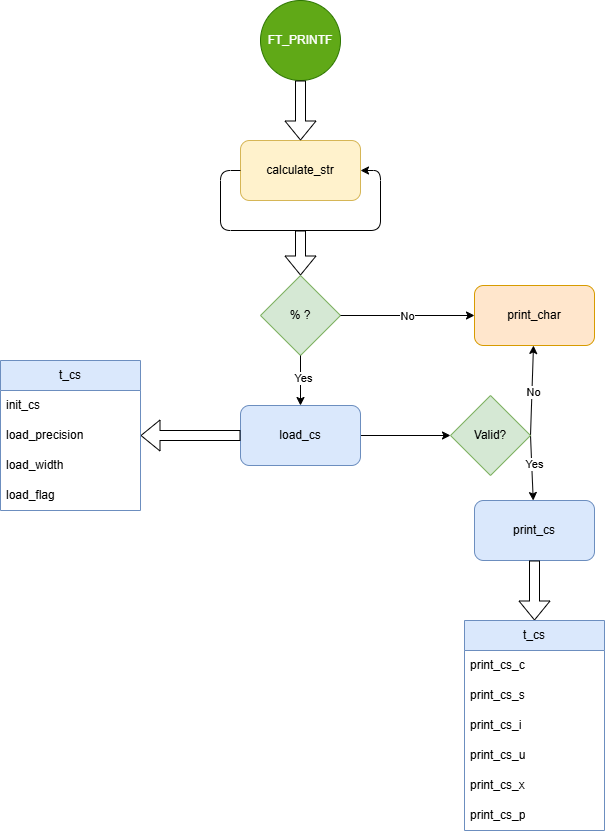
Before: project_scheme.png, a diagram exported from draw.io (cesc1/42_ft_printf). Source tidied: cells renumbered, new cells last; positions are measured from the earlier drawing's top-left corner, leaving out a move shared by most shapes. Its diagram source:
```xml
<mxGraphModel>
  <root>
    <mxCell id="0" />
    <mxCell id="1" parent="0" />
    <mxCell id="2" value="FT_PRINTF" style="ellipse;whiteSpace=wrap;html=1;fillColor=#60a917;fontColor=#ffffff;strokeColor=#2D7600;" parent="1" vertex="1">
      <mxGeometry x="260" width="80" height="80" as="geometry" />
    </mxCell>
    <mxCell id="3" value="calculate_str" style="rounded=1;whiteSpace=wrap;html=1;fillColor=#fff2cc;strokeColor=#d6b656;" parent="1" vertex="1">
      <mxGeometry x="240" y="140" width="120" height="60" as="geometry" />
    </mxCell>
    <mxCell id="4" style="edgeStyle=orthogonalEdgeStyle;rounded=1;orthogonalLoop=1;jettySize=auto;html=1;exitX=0;exitY=0.5;exitDx=0;exitDy=0;entryX=1;entryY=0.5;entryDx=0;entryDy=0;curved=0;" parent="1" edge="1" source="3" target="3">
      <mxGeometry relative="1" as="geometry">
        <Array as="points">
          <mxPoint x="220" y="170" />
          <mxPoint x="220" y="230" />
          <mxPoint x="380" y="230" />
          <mxPoint x="380" y="170" />
        </Array>
      </mxGeometry>
    </mxCell>
    <mxCell id="5" value="% ?" style="rhombus;whiteSpace=wrap;html=1;fillColor=#d5e8d4;strokeColor=#82b366;" parent="1" vertex="1">
      <mxGeometry x="260" y="275" width="80" height="80" as="geometry" />
    </mxCell>
    <mxCell id="6" style="endArrow=classic;html=1;rounded=0;exitX=0.5;exitY=1;exitDx=0;exitDy=0;" parent="1" edge="1" source="5" target="9">
      <mxGeometry relative="1" as="geometry" />
    </mxCell>
    <mxCell id="7" value="Yes" style="edgeLabel;html=1;align=center;verticalAlign=middle;" parent="6" vertex="1">
      <mxGeometry x="-0.12" y="2" relative="1" as="geometry" />
    </mxCell>
    <mxCell id="8" style="edgeStyle=orthogonalEdgeStyle;rounded=0;jettySize=auto;html=1;" parent="1" edge="1" source="9" target="19">
      <mxGeometry relative="1" as="geometry" />
    </mxCell>
    <mxCell id="9" value="load_cs" style="rounded=1;whiteSpace=wrap;html=1;fillColor=#dae8fc;strokeColor=#6c8ebf;" parent="1" vertex="1">
      <mxGeometry x="240" y="405" width="120" height="60" as="geometry" />
    </mxCell>
    <mxCell id="10" style="endArrow=classic;html=1;rounded=0;exitX=1;exitY=0.5;exitDx=0;exitDy=0;" parent="1" edge="1" source="5" target="12">
      <mxGeometry relative="1" as="geometry" />
    </mxCell>
    <mxCell id="11" value="No" style="edgeLabel;html=1;align=center;verticalAlign=middle;" parent="10" vertex="1">
      <mxGeometry x="-0.03" relative="1" as="geometry">
        <mxPoint x="1" as="offset" />
      </mxGeometry>
    </mxCell>
    <mxCell id="12" value="print_char" style="rounded=1;whiteSpace=wrap;html=1;fillColor=#ffe6cc;strokeColor=#d79b00;" parent="1" vertex="1">
      <mxGeometry x="474" y="285" width="120" height="60" as="geometry" />
    </mxCell>
    <mxCell id="13" style="endArrow=classic;html=1;rounded=0;exitX=1;exitY=0.5;exitDx=0;exitDy=0;" parent="1" edge="1" source="19" target="12">
      <mxGeometry relative="1" as="geometry" />
    </mxCell>
    <mxCell id="14" value="No" style="edgeLabel;html=1;align=center;verticalAlign=middle;" parent="13" vertex="1">
      <mxGeometry x="-0.03" relative="1" as="geometry">
        <mxPoint x="1" as="offset" />
      </mxGeometry>
    </mxCell>
    <mxCell id="15" style="endArrow=classic;html=1;rounded=0;exitX=1;exitY=0.5;exitDx=0;exitDy=0;" parent="1" edge="1" source="19" target="20">
      <mxGeometry relative="1" as="geometry" />
    </mxCell>
    <mxCell id="16" value="Yes" style="edgeLabel;html=1;align=center;verticalAlign=middle;" parent="15" vertex="1">
      <mxGeometry x="-0.12" y="2" relative="1" as="geometry" />
    </mxCell>
    <mxCell id="17" style="shape=flexArrow;endArrow=classic;html=1;rounded=0;entryX=0.5;entryY=0;entryDx=0;entryDy=0;" parent="1" edge="1" target="5">
      <mxGeometry relative="1" as="geometry">
        <mxPoint x="300" y="230" as="sourcePoint" />
      </mxGeometry>
    </mxCell>
    <mxCell id="18" style="shape=flexArrow;endArrow=classic;html=1;rounded=0;" parent="1" edge="1" source="2" target="3">
      <mxGeometry relative="1" as="geometry" />
    </mxCell>
    <mxCell id="19" value="Valid?" style="rhombus;whiteSpace=wrap;html=1;fillColor=#d5e8d4;strokeColor=#82b366;" parent="1" vertex="1">
      <mxGeometry x="450" y="395" width="80" height="80" as="geometry" />
    </mxCell>
    <mxCell id="20" value="print_cs" style="rounded=1;whiteSpace=wrap;html=1;fillColor=#dae8fc;strokeColor=#6c8ebf;" parent="1" vertex="1">
      <mxGeometry x="474" y="500" width="120" height="60" as="geometry" />
    </mxCell>
    <mxCell id="21" style="shape=flexArrow;endArrow=classic;html=1;rounded=0;" parent="1" edge="1" source="9" target="22">
      <mxGeometry relative="1" as="geometry" />
    </mxCell>
    <mxCell id="22" value="t_cs" style="swimlane;fontStyle=0;horizontal=1;startSize=30;whiteSpace=wrap;html=1;fillColor=#dae8fc;strokeColor=#6c8ebf;" parent="1" vertex="1">
      <mxGeometry y="360" width="140" height="150" as="geometry" />
    </mxCell>
    <mxCell id="23" value="init_cs" style="text;strokeColor=none;fillColor=none;align=left;verticalAlign=middle;spacingLeft=4;spacingRight=4;overflow=hidden;whiteSpace=wrap;html=1;" parent="22" vertex="1">
      <mxGeometry y="30" width="140" height="30" as="geometry" />
    </mxCell>
    <mxCell id="24" value="load_precision" style="text;strokeColor=none;fillColor=none;align=left;verticalAlign=middle;spacingLeft=4;spacingRight=4;overflow=hidden;whiteSpace=wrap;html=1;" parent="22" vertex="1">
      <mxGeometry y="60" width="140" height="30" as="geometry" />
    </mxCell>
    <mxCell id="25" value="load_width" style="text;strokeColor=none;fillColor=none;align=left;verticalAlign=middle;spacingLeft=4;spacingRight=4;overflow=hidden;whiteSpace=wrap;html=1;" parent="22" vertex="1">
      <mxGeometry y="90" width="140" height="30" as="geometry" />
    </mxCell>
    <mxCell id="26" value="load_flag" style="text;strokeColor=none;fillColor=none;align=left;verticalAlign=middle;spacingLeft=4;spacingRight=4;overflow=hidden;whiteSpace=wrap;html=1;" parent="22" vertex="1">
      <mxGeometry y="120" width="140" height="30" as="geometry" />
    </mxCell>
    <mxCell id="27" style="shape=flexArrow;endArrow=classic;html=1;rounded=0;" parent="1" edge="1" source="20" target="28">
      <mxGeometry relative="1" as="geometry" />
    </mxCell>
    <mxCell id="28" value="t_cs" style="swimlane;fontStyle=0;horizontal=1;startSize=30;whiteSpace=wrap;html=1;fillColor=#dae8fc;strokeColor=#6c8ebf;" parent="1" vertex="1">
      <mxGeometry x="464" y="620" width="140" height="210" as="geometry" />
    </mxCell>
    <mxCell id="29" value="print_cs_c" style="text;strokeColor=none;fillColor=none;align=left;verticalAlign=middle;spacingLeft=4;spacingRight=4;overflow=hidden;whiteSpace=wrap;html=1;" parent="28" vertex="1">
      <mxGeometry y="30" width="140" height="30" as="geometry" />
    </mxCell>
    <mxCell id="30" value="print_cs_s" style="text;strokeColor=none;fillColor=none;align=left;verticalAlign=middle;spacingLeft=4;spacingRight=4;overflow=hidden;whiteSpace=wrap;html=1;" parent="28" vertex="1">
      <mxGeometry y="60" width="140" height="30" as="geometry" />
    </mxCell>
    <mxCell id="31" value="print_cs_i" style="text;strokeColor=none;fillColor=none;align=left;verticalAlign=middle;spacingLeft=4;spacingRight=4;overflow=hidden;whiteSpace=wrap;html=1;" parent="28" vertex="1">
      <mxGeometry y="90" width="140" height="30" as="geometry" />
    </mxCell>
    <mxCell id="32" value="print_cs_u" style="text;strokeColor=none;fillColor=none;align=left;verticalAlign=middle;spacingLeft=4;spacingRight=4;overflow=hidden;whiteSpace=wrap;html=1;" parent="28" vertex="1">
      <mxGeometry y="120" width="140" height="30" as="geometry" />
    </mxCell>
    <mxCell id="33" value="print_cs_x" style="text;strokeColor=none;fillColor=none;align=left;verticalAlign=middle;spacingLeft=4;spacingRight=4;overflow=hidden;whiteSpace=wrap;html=1;" parent="28" vertex="1">
      <mxGeometry y="150" width="140" height="30" as="geometry" />
    </mxCell>
    <mxCell id="34" value="print_cs_p" style="text;strokeColor=none;fillColor=none;align=left;verticalAlign=middle;spacingLeft=4;spacingRight=4;overflow=hidden;whiteSpace=wrap;html=1;" parent="28" vertex="1">
      <mxGeometry y="180" width="140" height="30" as="geometry" />
    </mxCell>
  </root>
</mxGraphModel>
```
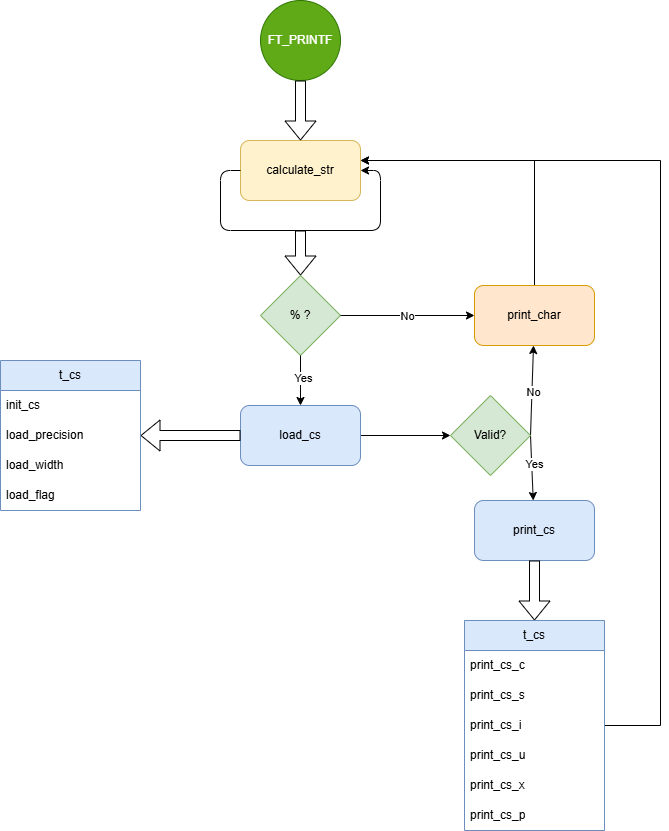
The same diagram one commit later.

Commit message:
[docs] fix doc scheme, add line to loop

What changed in the source:
```diff
@@ -41,6 +41,13 @@
         <mxPoint x="1" as="offset" />
       </mxGeometry>
     </mxCell>
+    <mxCell id="35" style="edgeStyle=orthogonalEdgeStyle;rounded=0;jettySize=auto;html=1;" parent="1" edge="1" source="12" target="3">
+      <mxGeometry relative="1" as="geometry">
+        <Array as="points">
+          <mxPoint x="534" y="160" />
+        </Array>
+      </mxGeometry>
+    </mxCell>
     <mxCell id="12" value="print_char" style="rounded=1;whiteSpace=wrap;html=1;fillColor=#ffe6cc;strokeColor=#d79b00;" parent="1" vertex="1">
       <mxGeometry x="474" y="285" width="120" height="60" as="geometry" />
     </mxCell>
@@ -93,6 +100,14 @@
     <mxCell id="27" style="shape=flexArrow;endArrow=classic;html=1;rounded=0;" parent="1" edge="1" source="20" target="28">
       <mxGeometry relative="1" as="geometry" />
     </mxCell>
+    <mxCell id="36" style="edgeStyle=orthogonalEdgeStyle;rounded=0;jettySize=auto;html=1;" parent="1" edge="1" source="28" target="3">
+      <mxGeometry relative="1" as="geometry">
+        <Array as="points">
+          <mxPoint x="660" y="725" />
+          <mxPoint x="660" y="160" />
+        </Array>
+      </mxGeometry>
+    </mxCell>
     <mxCell id="28" value="t_cs" style="swimlane;fontStyle=0;horizontal=1;startSize=30;whiteSpace=wrap;html=1;fillColor=#dae8fc;strokeColor=#6c8ebf;" parent="1" vertex="1">
       <mxGeometry x="464" y="620" width="140" height="210" as="geometry" />
     </mxCell>
```
